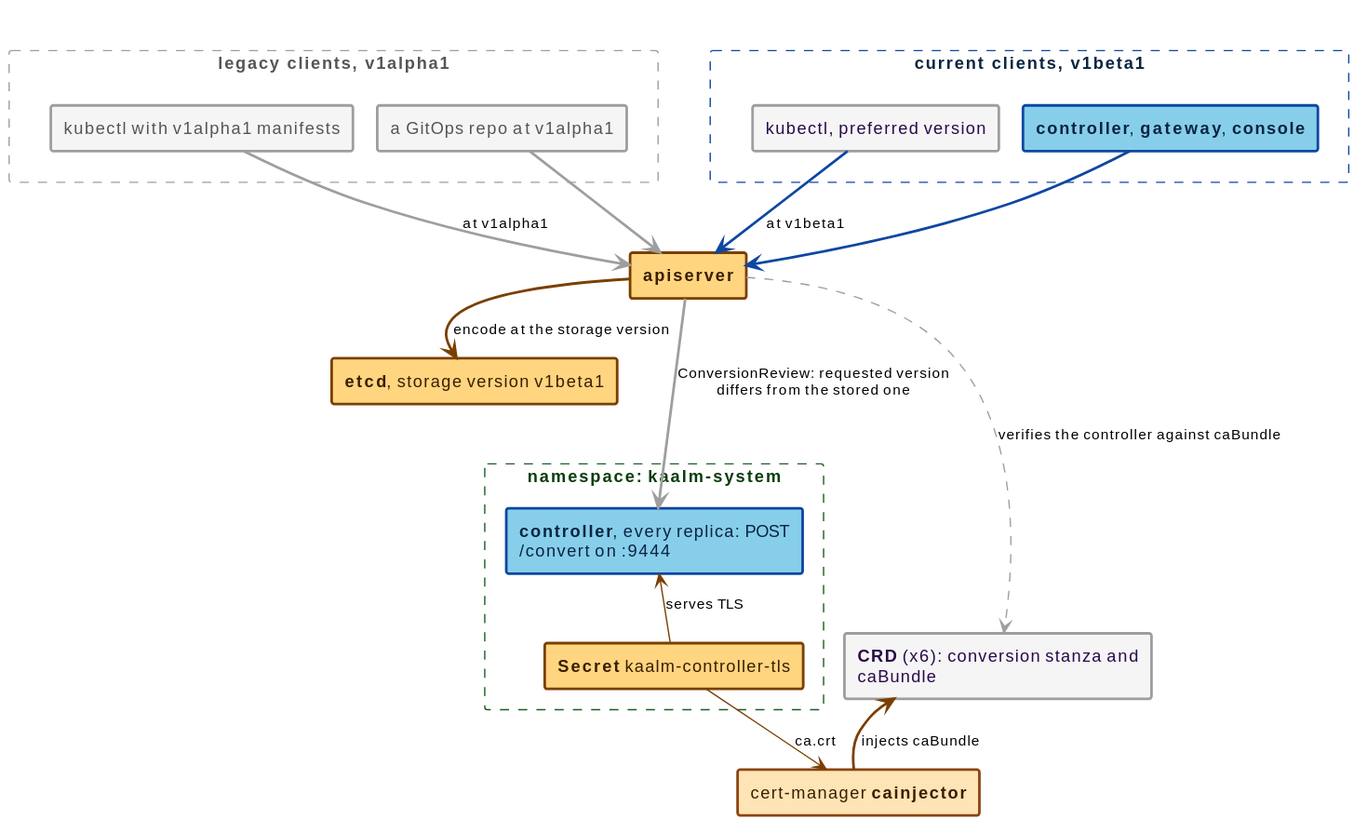
Before: docs/src/diagrams/api-conversion.svg, a diagram exported from PlantUML (win07xp/kaalm).
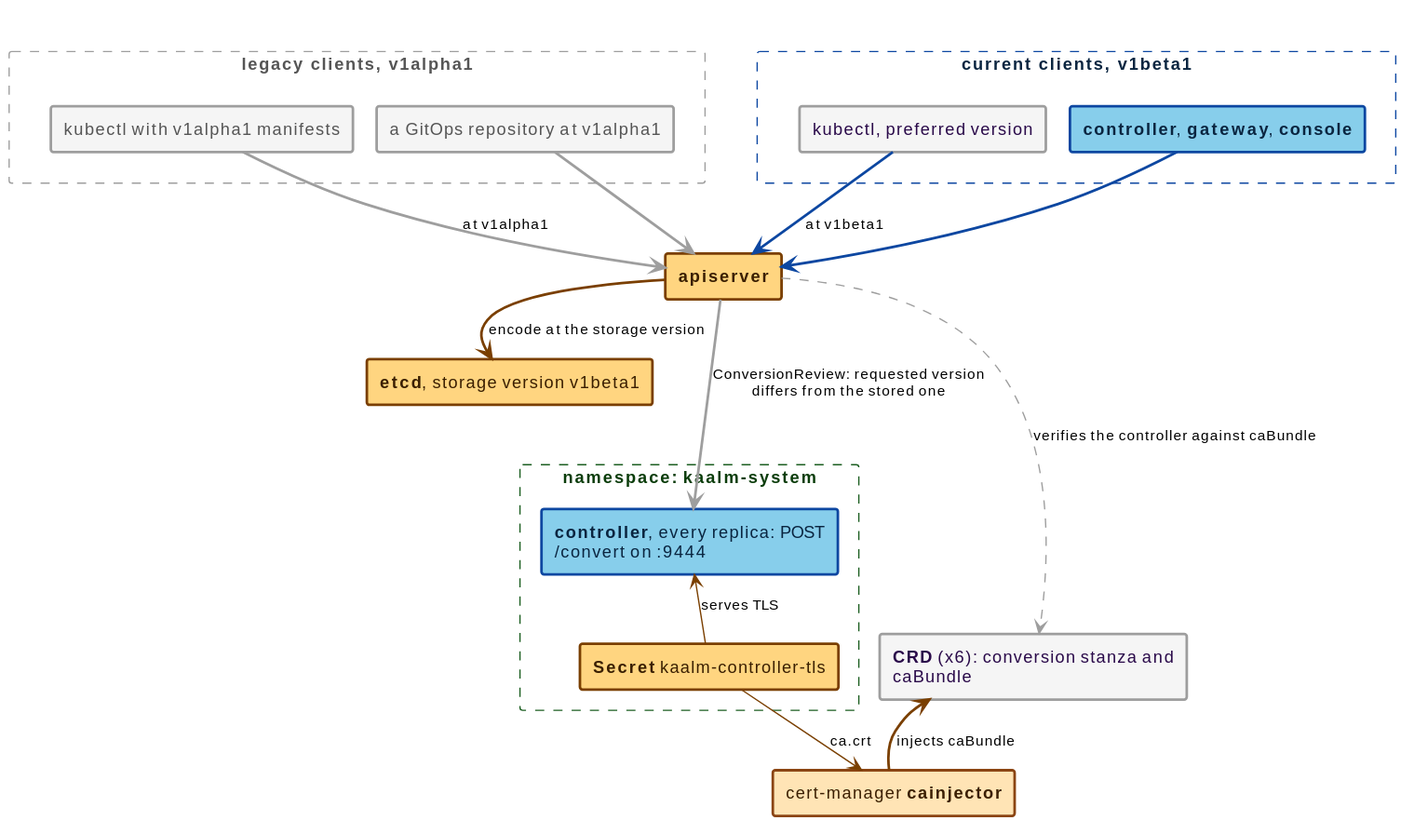
Later version of the same file.

The edit, as a diff of the source:
```diff
@@ -7,7 +7,7 @@
 }
 rectangle "legacy clients, v1alpha1" as legacy #line:9E9E9E;line.dashed;text:555555 {
   rectangle "kubectl with v1alpha1 manifests" as kal #back:F5F5F5;line:9E9E9E;line.bold;text:555555
-  rectangle "a GitOps repo at v1alpha1" as gitops #back:F5F5F5;line:9E9E9E;line.bold;text:555555
+  rectangle "a GitOps repository at v1alpha1" as gitops #back:F5F5F5;line:9E9E9E;line.bold;text:555555
 }
 rectangle "current clients, v1beta1" as current #line:0D47A1;line.dashed;text:0a2540 {
   rectangle "kubectl, preferred version" as kbeta #back:F5F5F5;line:9E9E9E;line.bold;text:2a0a4a
```
